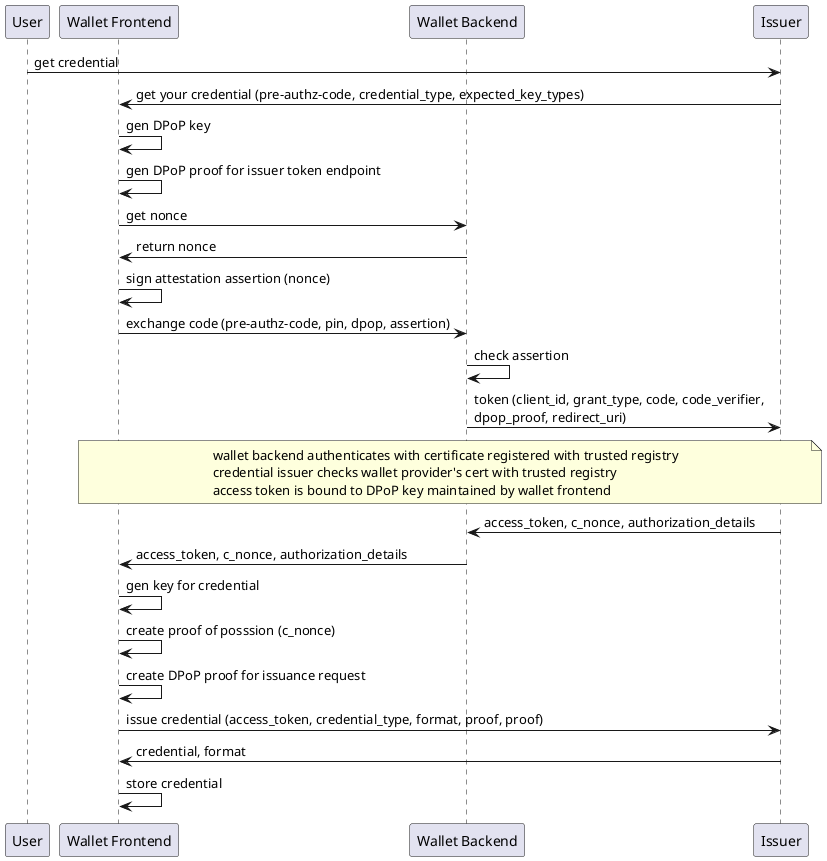
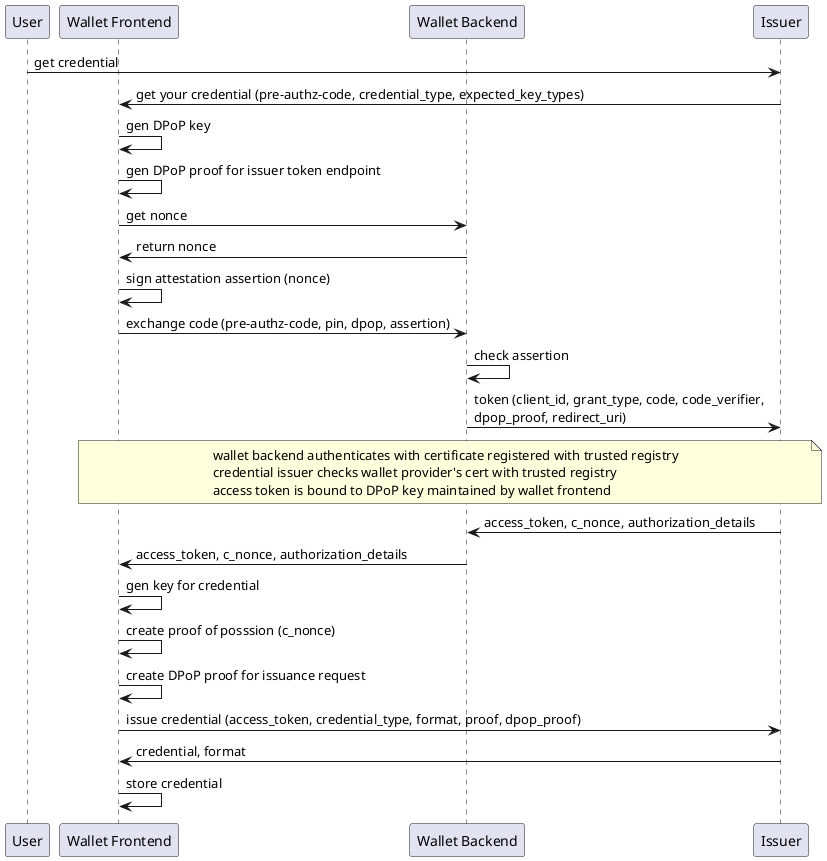
@startuml
participant User as u
participant "Wallet Frontend" as w
participant "Wallet Backend" as b
participant Issuer as i

u -> i : get credential
i -> w : get your credential (pre-authz-code, credential_type, expected_key_types)
w -> w : gen DPoP key
w -> w : gen DPoP proof for issuer token endpoint
w -> b : get nonce
b -> w : return nonce
w -> w : sign attestation assertion (nonce)
w -> b : exchange code (pre-authz-code, pin, dpop, assertion)
b -> b : check assertion

b -> i : token (client_id, grant_type, code, code_verifier,\ndpop_proof, redirect_uri)

note over w, i: wallet backend authenticates with certificate registered with trusted registry\ncredential issuer checks wallet provider's cert with trusted registry\naccess token is bound to DPoP key maintained by wallet frontend

i -> b : access_token, c_nonce, authorization_details

b -> w : access_token, c_nonce, authorization_details

w -> w : gen key for credential

w -> w : create proof of posssion (c_nonce)

w  -> w : create DPoP proof for issuance request

- w -> i : issue credential (access_token, credential_type, format, proof, proof)
+ w -> i : issue credential (access_token, credential_type, format, proof, dpop_proof)

i -> w : credential, format

w -> w : store credential

@enduml